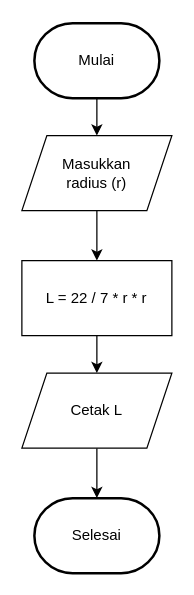
tryoasnafi/vsga2023 keeps this draw.io diagram as page "1.1 luas lingkaran" (1 of 2) of vsga-task.drawio. Above is the earlier version. Source tidied: cells renumbered, new cells numbered last; positions are measured from the earlier drawing's top-left corner, leaving out a move shared by most shapes. Both pictures are drawn from the tidied source at 125%, with x=0, y=0 at pixel (21, 22).
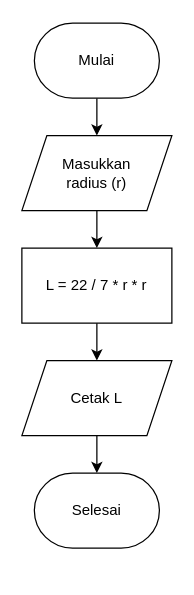
Above is the later version.

The edit, as a diff of the source:
```diff
@@
 <mxGraphModel>
   <root>
     <mxCell id="0" />
     <mxCell id="1" parent="0" />
     <mxCell id="2" style="edgeStyle=orthogonalEdgeStyle;rounded=0;jettySize=auto;html=1;" parent="1" edge="1" source="3" target="6">
       <mxGeometry relative="1" as="geometry" />
     </mxCell>
-    <mxCell id="3" value="Mulai" style="strokeWidth=2;html=1;shape=mxgraph.flowchart.terminator;whiteSpace=wrap;" parent="1" vertex="1">
+    <mxCell id="3" value="Mulai" style="strokeWidth=1;html=1;shape=mxgraph.flowchart.terminator;whiteSpace=wrap;strokeColor=default;" parent="1" vertex="1">
       <mxGeometry x="10" width="100" height="60" as="geometry" />
     </mxCell>
-    <mxCell id="4" value="Selesai" style="strokeWidth=2;html=1;shape=mxgraph.flowchart.terminator;whiteSpace=wrap;" parent="1" vertex="1">
-      <mxGeometry x="10" y="380" width="100" height="60" as="geometry" />
+    <mxCell id="4" value="Selesai" style="strokeWidth=1;html=1;shape=mxgraph.flowchart.terminator;whiteSpace=wrap;" parent="1" vertex="1">
+      <mxGeometry x="10" y="360" width="100" height="60" as="geometry" />
     </mxCell>
     <mxCell id="5" style="edgeStyle=orthogonalEdgeStyle;rounded=0;jettySize=auto;html=1;" parent="1" edge="1" source="6" target="8">
       <mxGeometry relative="1" as="geometry" />
     </mxCell>
     <mxCell id="6" value="&lt;div&gt;Masukkan &lt;br&gt;&lt;/div&gt;&lt;div&gt;radius (r)&lt;/div&gt;" style="shape=parallelogram;perimeter=parallelogramPerimeter;whiteSpace=wrap;html=1;fixedSize=1;" parent="1" vertex="1">
       <mxGeometry y="90" width="120" height="60" as="geometry" />
     </mxCell>
     <mxCell id="7" style="edgeStyle=orthogonalEdgeStyle;rounded=0;jettySize=auto;html=1;" parent="1" edge="1" source="8" target="10">
       <mxGeometry relative="1" as="geometry" />
     </mxCell>
     <mxCell id="8" value="L = 22 / 7 * r * r" style="rounded=0;whiteSpace=wrap;html=1;" parent="1" vertex="1">
-      <mxGeometry y="190" width="120" height="60" as="geometry" />
+      <mxGeometry y="180" width="120" height="60" as="geometry" />
     </mxCell>
     <mxCell id="9" style="edgeStyle=orthogonalEdgeStyle;rounded=0;jettySize=auto;html=1;" parent="1" edge="1" source="10" target="4">
       <mxGeometry relative="1" as="geometry" />
     </mxCell>
     <mxCell id="10" value="Cetak L" style="shape=parallelogram;perimeter=parallelogramPerimeter;whiteSpace=wrap;html=1;fixedSize=1;" parent="1" vertex="1">
-      <mxGeometry y="280" width="120" height="60" as="geometry" />
+      <mxGeometry y="270" width="120" height="60" as="geometry" />
     </mxCell>
   </root>
 </mxGraphModel>
```
